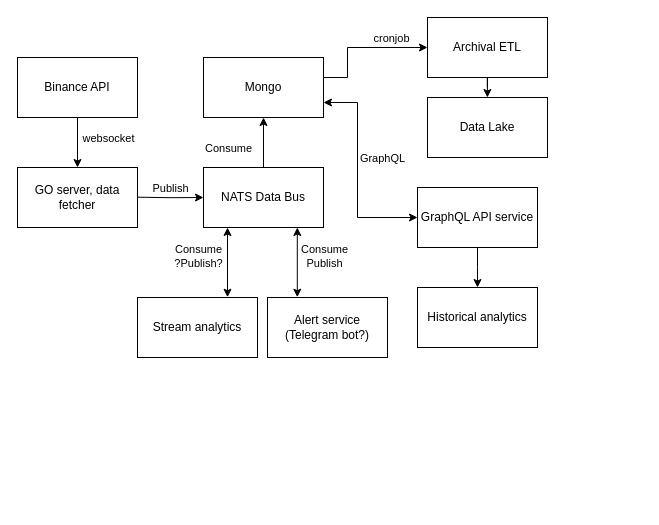
Above: schemat koncepcyjny.drawio in amdla/BTCStreamAnalysis (draw.io), before the change. Source tidied: cells renumbered, new cells numbered last; positions are measured from the earlier drawing's top-left corner, leaving out a move shared by most shapes. Both pictures are drawn from the tidied source at 100%, with x=0, y=0 at pixel (17, 17).
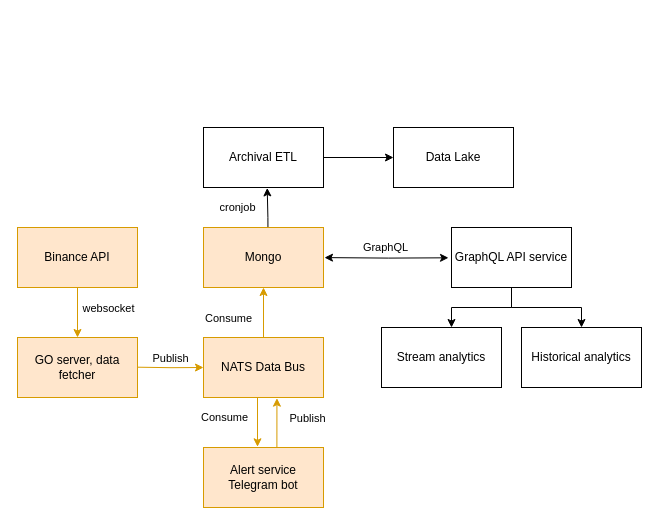
Above is the later version.

Change to the diagram source:
```diff
@@
-    <mxCell id="2" style="edgeStyle=orthogonalEdgeStyle;rounded=0;jettySize=auto;html=1;entryX=0.5;entryY=0;entryDx=0;entryDy=0;" parent="1" edge="1" source="4" target="5">
+    <mxCell id="2" style="edgeStyle=orthogonalEdgeStyle;rounded=0;jettySize=auto;html=1;entryX=0.5;entryY=0;entryDx=0;entryDy=0;fillColor=#ffe6cc;strokeColor=#d79b00;" parent="1" edge="1" source="4" target="5">
       <mxGeometry relative="1" as="geometry" />
     </mxCell>
@@
-    <mxCell id="4" value="Binance API" style="rounded=0;whiteSpace=wrap;html=1;" parent="1" vertex="1">
-      <mxGeometry y="40" width="120" height="60" as="geometry" />
+    <mxCell id="4" value="Binance API" style="rounded=0;whiteSpace=wrap;html=1;fillColor=#ffe6cc;strokeColor=#d79b00;" parent="1" vertex="1">
+      <mxGeometry y="210" width="120" height="60" as="geometry" />
     </mxCell>
-    <mxCell id="5" value="GO server, data fetcher" style="rounded=0;whiteSpace=wrap;html=1;" parent="1" vertex="1">
-      <mxGeometry y="150" width="120" height="60" as="geometry" />
+    <mxCell id="5" value="GO server, data fetcher" style="rounded=0;whiteSpace=wrap;html=1;fillColor=#ffe6cc;strokeColor=#d79b00;" parent="1" vertex="1">
+      <mxGeometry y="320" width="120" height="60" as="geometry" />
     </mxCell>
-    <mxCell id="6" style="edgeStyle=orthogonalEdgeStyle;rounded=0;jettySize=auto;html=1;entryX=0;entryY=0.5;entryDx=0;entryDy=0;" parent="1" edge="1" target="10">
+    <mxCell id="6" style="edgeStyle=orthogonalEdgeStyle;rounded=0;jettySize=auto;html=1;entryX=0;entryY=0.5;entryDx=0;entryDy=0;fillColor=#ffe6cc;strokeColor=#d79b00;" parent="1" edge="1" target="10">
       <mxGeometry relative="1" as="geometry">
-        <mxPoint x="120" y="179.7" as="sourcePoint" />
+        <mxPoint x="120" y="349.7" as="sourcePoint" />
       </mxGeometry>
     </mxCell>
@@
-    <mxCell id="8" style="edgeStyle=orthogonalEdgeStyle;rounded=0;jettySize=auto;html=1;" parent="1" edge="1" source="10">
+    <mxCell id="8" style="edgeStyle=orthogonalEdgeStyle;rounded=0;jettySize=auto;html=1;fillColor=#ffe6cc;strokeColor=#d79b00;" parent="1" edge="1" source="10">
       <mxGeometry relative="1" as="geometry">
-        <mxPoint x="246" y="100" as="targetPoint" />
+        <mxPoint x="246" y="270" as="targetPoint" />
       </mxGeometry>
     </mxCell>
@@
-    <mxCell id="10" value="NATS Data Bus" style="rounded=0;whiteSpace=wrap;html=1;" parent="1" vertex="1">
-      <mxGeometry x="186" y="150" width="120" height="60" as="geometry" />
+    <mxCell id="10" value="NATS Data Bus" style="rounded=0;whiteSpace=wrap;html=1;fillColor=#ffe6cc;strokeColor=#d79b00;" parent="1" vertex="1">
+      <mxGeometry x="186" y="320" width="120" height="60" as="geometry" />
     </mxCell>
     <mxCell id="11" value="Stream analytics" style="rounded=0;whiteSpace=wrap;html=1;" parent="1" vertex="1">
-      <mxGeometry x="120" y="280" width="120" height="60" as="geometry" />
+      <mxGeometry x="364" y="310" width="120" height="60" as="geometry" />
     </mxCell>
-    <mxCell id="12" style="edgeStyle=orthogonalEdgeStyle;rounded=0;jettySize=auto;html=1;entryX=0;entryY=0.5;entryDx=0;entryDy=0;" parent="1" edge="1" target="22">
+    <mxCell id="12" style="edgeStyle=orthogonalEdgeStyle;rounded=0;jettySize=auto;html=1;entryX=0.531;entryY=1.007;entryDx=0;entryDy=0;exitX=0.537;exitY=-0.007;exitDx=0;exitDy=0;exitPerimeter=0;entryPerimeter=0;" parent="1" edge="1" source="14" target="22">
       <mxGeometry relative="1" as="geometry">
-        <mxPoint x="296" y="60" as="sourcePoint" />
         <Array as="points">
-          <mxPoint x="330" y="60" />
-          <mxPoint x="330" y="30" />
+          <mxPoint x="250" y="200" />
+          <mxPoint x="250" y="200" />
         </Array>
       </mxGeometry>
     </mxCell>
     <mxCell id="13" value="cronjob" style="edgeLabel;html=1;align=center;verticalAlign=middle;" parent="12" vertex="1">
       <mxGeometry x="0.49" y="1" relative="1" as="geometry">
-        <mxPoint y="-9" as="offset" />
+        <mxPoint x="-29" y="9" as="offset" />
       </mxGeometry>
     </mxCell>
-    <mxCell id="14" value="Mongo" style="rounded=0;whiteSpace=wrap;html=1;" parent="1" vertex="1">
-      <mxGeometry x="186" y="40" width="120" height="60" as="geometry" />
+    <mxCell id="14" value="Mongo" style="rounded=0;whiteSpace=wrap;html=1;fillColor=#ffe6cc;strokeColor=#d79b00;" parent="1" vertex="1">
+      <mxGeometry x="186" y="210" width="120" height="60" as="geometry" />
     </mxCell>
-    <mxCell id="15" value="Alert service&lt;div&gt;(Telegram bot?)&lt;/div&gt;" style="rounded=0;whiteSpace=wrap;html=1;" parent="1" vertex="1">
-      <mxGeometry x="250" y="280" width="120" height="60" as="geometry" />
+    <mxCell id="15" value="Alert service&lt;div&gt;Telegram bot&lt;/div&gt;" style="rounded=0;whiteSpace=wrap;html=1;fillColor=#ffe6cc;strokeColor=#d79b00;" parent="1" vertex="1">
+      <mxGeometry x="186" y="430" width="120" height="60" as="geometry" />
     </mxCell>
-    <mxCell id="16" style="edgeStyle=orthogonalEdgeStyle;rounded=0;jettySize=auto;html=1;startArrow=classic;startFill=1;exitX=1;exitY=0.75;exitDx=0;exitDy=0;" parent="1" edge="1" source="14">
+    <mxCell id="16" style="edgeStyle=orthogonalEdgeStyle;rounded=0;jettySize=auto;html=1;startArrow=classic;startFill=1;exitX=1.008;exitY=0.824;exitDx=0;exitDy=0;exitPerimeter=0;entryX=-0.025;entryY=0.505;entryDx=0;entryDy=0;entryPerimeter=0;" parent="1" edge="1" target="20">
       <mxGeometry relative="1" as="geometry">
-        <mxPoint x="400" y="200" as="targetPoint" />
-        <Array as="points">
-          <mxPoint x="340" y="85" />
-          <mxPoint x="340" y="200" />
-        </Array>
+        <mxPoint x="307" y="240.1" as="sourcePoint" />
       </mxGeometry>
     </mxCell>
     <mxCell id="17" value="GraphQL" style="edgeLabel;html=1;align=center;verticalAlign=middle;" parent="16" vertex="1">
       <mxGeometry x="0.08" relative="1" as="geometry">
-        <mxPoint x="24" y="-24" as="offset" />
+        <mxPoint x="-6" y="-11" as="offset" />
       </mxGeometry>
     </mxCell>
     <mxCell id="18" value="Data Lake" style="rounded=0;whiteSpace=wrap;html=1;" parent="1" vertex="1">
-      <mxGeometry x="410" y="80" width="120" height="60" as="geometry" />
+      <mxGeometry x="376" y="110" width="120" height="60" as="geometry" />
     </mxCell>
-    <mxCell id="19" style="edgeStyle=orthogonalEdgeStyle;rounded=0;jettySize=auto;html=1;" parent="1" edge="1" source="20">
-      <mxGeometry relative="1" as="geometry">
-        <mxPoint x="460" y="270" as="targetPoint" />
-      </mxGeometry>
-    </mxCell>
+    <mxCell id="28" style="edgeStyle=orthogonalEdgeStyle;rounded=0;jettySize=auto;html=1;entryX=0.5;entryY=0;entryDx=0;entryDy=0;" parent="1" edge="1" source="20" target="21">
+      <mxGeometry relative="1" as="geometry">
+        <Array as="points">
+          <mxPoint x="494" y="290" />
+          <mxPoint x="564" y="290" />
+        </Array>
+      </mxGeometry>
+    </mxCell>
     <mxCell id="20" value="GraphQL API service" style="rounded=0;whiteSpace=wrap;html=1;" parent="1" vertex="1">
-      <mxGeometry x="400" y="170" width="120" height="60" as="geometry" />
+      <mxGeometry x="434" y="210" width="120" height="60" as="geometry" />
     </mxCell>
     <mxCell id="21" value="Historical analytics" style="rounded=0;whiteSpace=wrap;html=1;" parent="1" vertex="1">
-      <mxGeometry x="400" y="270" width="120" height="60" as="geometry" />
+      <mxGeometry x="504" y="310" width="120" height="60" as="geometry" />
     </mxCell>
     <mxCell id="22" value="Archival ETL" style="rounded=0;whiteSpace=wrap;html=1;" parent="1" vertex="1">
-      <mxGeometry x="410" width="120" height="60" as="geometry" />
+      <mxGeometry x="186" y="110" width="120" height="60" as="geometry" />
     </mxCell>
-    <mxCell id="23" style="edgeStyle=orthogonalEdgeStyle;rounded=0;orthogonalLoop=1;jettySize=auto;html=1;entryX=0.782;entryY=1.005;entryDx=0;entryDy=0;entryPerimeter=0;startArrow=classic;startFill=1;" parent="1" edge="1">
+    <mxCell id="23" style="edgeStyle=orthogonalEdgeStyle;rounded=0;orthogonalLoop=1;jettySize=auto;html=1;startArrow=classic;startFill=1;fillColor=#ffe6cc;strokeColor=#d79b00;endArrow=none;endFill=0;exitX=0.194;exitY=-0.012;exitDx=0;exitDy=0;exitPerimeter=0;" parent="1" edge="1">
       <mxGeometry relative="1" as="geometry">
-        <mxPoint x="280" y="279.7" as="sourcePoint" />
-        <mxPoint x="279.8" y="210" as="targetPoint" />
+        <mxPoint x="240.3" y="429.3" as="sourcePoint" />
+        <mxPoint x="240" y="380" as="targetPoint" />
         <Array as="points">
-          <mxPoint x="280" y="209.7" />
+          <mxPoint x="240" y="380" />
         </Array>
       </mxGeometry>
     </mxCell>
-    <mxCell id="24" value="Consume&lt;br&gt;Publish" style="edgeLabel;html=1;align=center;verticalAlign=middle;" parent="23" vertex="1">
+    <mxCell id="24" value="Consume" style="edgeLabel;html=1;align=center;verticalAlign=middle;" parent="23" vertex="1">
       <mxGeometry x="0.09" y="-1" relative="1" as="geometry">
-        <mxPoint x="26" y="-3" as="offset" />
+        <mxPoint x="-35" y="-3" as="offset" />
       </mxGeometry>
     </mxCell>
-    <mxCell id="25" style="edgeStyle=orthogonalEdgeStyle;rounded=0;orthogonalLoop=1;jettySize=auto;html=1;entryX=0.782;entryY=1.005;entryDx=0;entryDy=0;entryPerimeter=0;startArrow=classic;startFill=1;" parent="1" edge="1">
+    <mxCell id="25" style="edgeStyle=orthogonalEdgeStyle;rounded=0;jettySize=auto;html=1;startArrow=classic;startFill=1;endArrow=none;endFill=0;entryX=0.5;entryY=1;entryDx=0;entryDy=0;" parent="1" edge="1" target="20">
       <mxGeometry relative="1" as="geometry">
-        <mxPoint x="210.2" y="279.7" as="sourcePoint" />
-        <mxPoint x="210" y="210" as="targetPoint" />
+        <mxPoint x="434" y="310" as="sourcePoint" />
         <Array as="points">
-          <mxPoint x="210.2" y="209.7" />
+          <mxPoint x="434" y="290" />
+          <mxPoint x="494" y="290" />
         </Array>
       </mxGeometry>
     </mxCell>
-    <mxCell id="26" value="Consume&lt;br&gt;?Publish?" style="edgeLabel;html=1;align=center;verticalAlign=middle;" parent="25" vertex="1">
-      <mxGeometry x="0.09" y="-1" relative="1" as="geometry">
-        <mxPoint x="-31" y="-3" as="offset" />
-      </mxGeometry>
-    </mxCell>
-    <mxCell id="27" style="edgeStyle=orthogonalEdgeStyle;rounded=0;orthogonalLoop=1;jettySize=auto;html=1;entryX=0;entryY=0.5;entryDx=0;entryDy=0;" parent="1" edge="1">
-      <mxGeometry relative="1" as="geometry">
-        <mxPoint x="469.9" y="70" as="sourcePoint" />
-        <mxPoint x="469.9" y="80" as="targetPoint" />
-        <Array as="points">
-          <mxPoint x="469.9" y="60" />
-          <mxPoint x="469.9" y="60" />
-        </Array>
-      </mxGeometry>
+    <mxCell id="27" style="edgeStyle=orthogonalEdgeStyle;rounded=0;jettySize=auto;html=1;entryX=0;entryY=0.5;entryDx=0;entryDy=0;exitX=1;exitY=0.5;exitDx=0;exitDy=0;" parent="1" edge="1" source="22" target="18">
+      <mxGeometry relative="1" as="geometry" />
     </mxCell>
+    <mxCell id="29" style="edgeStyle=orthogonalEdgeStyle;rounded=0;jettySize=auto;html=1;startArrow=none;startFill=0;fillColor=#ffe6cc;strokeColor=#d79b00;endArrow=classic;endFill=1;exitX=0.194;exitY=-0.012;exitDx=0;exitDy=0;exitPerimeter=0;entryX=0.612;entryY=1.011;entryDx=0;entryDy=0;entryPerimeter=0;" parent="1" edge="1" target="10">
+      <mxGeometry relative="1" as="geometry">
+        <mxPoint x="260" y="430" as="sourcePoint" />
+        <Array as="points">
+          <mxPoint x="260" y="381" />
+        </Array>
+      </mxGeometry>
+    </mxCell>
+    <mxCell id="30" value="Publish" style="edgeLabel;html=1;align=center;verticalAlign=middle;" parent="29" vertex="1">
+      <mxGeometry x="0.09" y="-1" relative="1" as="geometry">
+        <mxPoint x="29" y="-3" as="offset" />
+      </mxGeometry>
+    </mxCell>
```
